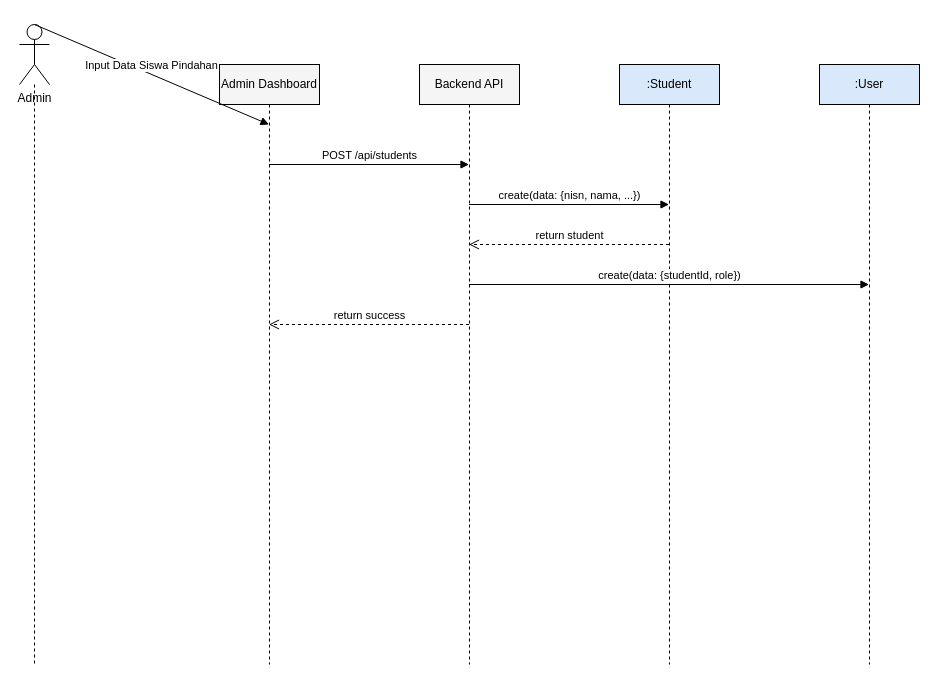
This is docs/sequence_admin_add_student.drawio from muhammaddzaki123/adminkassmpit, a draw.io file, before an edit. Source tidied: cells renumbered, new cells numbered last; positions are measured from the earlier drawing's top-left corner, leaving out a move shared by most shapes. Both pictures are drawn from the tidied source at 100%, with x=0, y=0 at pixel (19, 24).
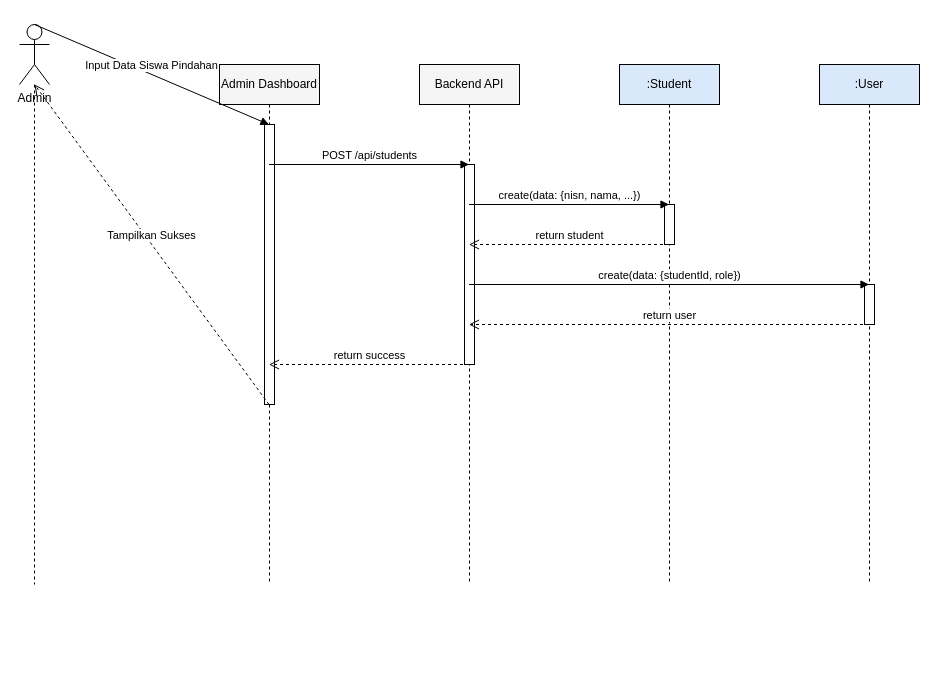
The same diagram, later.

The change refers to these unchanged cells:
```xml
<mxCell id="2" value="Admin" style="shape=umlActor;verticalLabelPosition=bottom;verticalAlign=top;html=1;outlineConnect=0;" parent="1" vertex="1">
  <mxGeometry width="30" height="60" as="geometry" />
</mxCell>
```

What changed in the source:
```diff
@@
     <mxCell id="3" style="endArrow=none;dashed=1;html=1;" parent="1" edge="1" source="2">
       <mxGeometry relative="1" as="geometry">
-        <mxPoint x="15" y="640" as="targetPoint" />
+        <mxPoint x="15" y="560" as="targetPoint" />
       </mxGeometry>
     </mxCell>
     <mxCell id="4" value="Admin Dashboard" style="shape=umlLifeline;perimeter=lifelinePerimeter;whiteSpace=wrap;html=1;outlineConnect=0;fillColor=#f5f5f5;" parent="1" vertex="1">
-      <mxGeometry x="200" y="40" width="100" height="600" as="geometry" />
+      <mxGeometry x="200" y="40" width="100" height="520" as="geometry" />
     </mxCell>
     <mxCell id="5" value="Backend API" style="shape=umlLifeline;perimeter=lifelinePerimeter;whiteSpace=wrap;html=1;outlineConnect=0;fillColor=#f5f5f5;" parent="1" vertex="1">
-      <mxGeometry x="400" y="40" width="100" height="600" as="geometry" />
+      <mxGeometry x="400" y="40" width="100" height="520" as="geometry" />
     </mxCell>
     <mxCell id="6" value=":Student" style="shape=umlLifeline;perimeter=lifelinePerimeter;whiteSpace=wrap;html=1;outlineConnect=0;fillColor=#dae8fc;" parent="1" vertex="1">
-      <mxGeometry x="600" y="40" width="100" height="600" as="geometry" />
+      <mxGeometry x="600" y="40" width="100" height="520" as="geometry" />
     </mxCell>
     <mxCell id="7" value=":User" style="shape=umlLifeline;perimeter=lifelinePerimeter;whiteSpace=wrap;html=1;outlineConnect=0;fillColor=#dae8fc;" parent="1" vertex="1">
-      <mxGeometry x="800" y="40" width="100" height="600" as="geometry" />
+      <mxGeometry x="800" y="40" width="100" height="520" as="geometry" />
     </mxCell>
-    <mxCell id="8" value="Input Data Siswa Pindahan" style="html=1;verticalAlign=bottom;endArrow=block;rounded=0;entryX=0.5;entryY=0.1;exitX=0.5;exitY=0.1;" parent="1" edge="1" source="2" target="4">
-      <mxGeometry relative="1" as="geometry" />
+    <mxCell id="8" style="html=1;perimeter=orthogonalPerimeter;fillColor=#FFFFFF;strokeColor=#000000;" parent="1" vertex="1">
+      <mxGeometry x="645" y="180" width="10" height="40" as="geometry" />
     </mxCell>
-    <mxCell id="9" value="POST /api/students" style="html=1;verticalAlign=bottom;endArrow=block;rounded=0;entryX=0.5;entryY=0.16666666666666666;exitX=0.5;exitY=0.16666666666666666;" parent="1" edge="1" source="4" target="5">
-      <mxGeometry relative="1" as="geometry" />
+    <mxCell id="9" style="html=1;perimeter=orthogonalPerimeter;fillColor=#FFFFFF;strokeColor=#000000;" parent="1" vertex="1">
+      <mxGeometry x="845" y="260" width="10" height="40" as="geometry" />
     </mxCell>
-    <mxCell id="10" value="create(data: {nisn, nama, ...})" style="html=1;verticalAlign=bottom;endArrow=block;rounded=0;entryX=0.5;entryY=0.23333333333333334;exitX=0.5;exitY=0.23333333333333334;" parent="1" edge="1" source="5" target="6">
-      <mxGeometry relative="1" as="geometry" />
+    <mxCell id="10" style="html=1;perimeter=orthogonalPerimeter;fillColor=#FFFFFF;strokeColor=#000000;" parent="1" vertex="1">
+      <mxGeometry x="445" y="140" width="10" height="200" as="geometry" />
     </mxCell>
-    <mxCell id="11" value="return student" style="html=1;verticalAlign=bottom;endArrow=open;dashed=1;endSize=8;rounded=0;entryX=0.5;entryY=0.3;exitX=0.5;exitY=0.3;" parent="1" edge="1" source="6" target="5">
-      <mxGeometry relative="1" as="geometry" />
+    <mxCell id="11" style="html=1;perimeter=orthogonalPerimeter;fillColor=#FFFFFF;strokeColor=#000000;" parent="1" vertex="1">
+      <mxGeometry x="245" y="100" width="10" height="280" as="geometry" />
     </mxCell>
-    <mxCell id="12" value="create(data: {studentId, role})" style="html=1;verticalAlign=bottom;endArrow=block;rounded=0;entryX=0.5;entryY=0.36666666666666664;exitX=0.5;exitY=0.36666666666666664;" parent="1" edge="1" source="5" target="7">
+    <mxCell id="12" value="Input Data Siswa Pindahan" style="html=1;verticalAlign=bottom;endArrow=block;rounded=0;entryX=0.5;entryY=0.11538461538461539;exitX=0.5;exitY=0.11538461538461539;" parent="1" edge="1" source="2" target="4">
       <mxGeometry relative="1" as="geometry" />
     </mxCell>
-    <mxCell id="13" value="return success" style="html=1;verticalAlign=bottom;endArrow=open;dashed=1;endSize=8;rounded=0;entryX=0.5;entryY=0.43333333333333335;exitX=0.5;exitY=0.43333333333333335;" parent="1" edge="1" source="5" target="4">
+    <mxCell id="13" value="POST /api/students" style="html=1;verticalAlign=bottom;endArrow=block;rounded=0;entryX=0.5;entryY=0.19230769230769232;exitX=0.5;exitY=0.19230769230769232;" parent="1" edge="1" source="4" target="5">
       <mxGeometry relative="1" as="geometry" />
     </mxCell>
+    <mxCell id="14" value="create(data: {nisn, nama, ...})" style="html=1;verticalAlign=bottom;endArrow=block;rounded=0;entryX=0.5;entryY=0.2692307692307692;exitX=0.5;exitY=0.2692307692307692;" parent="1" edge="1" source="5" target="6">
+      <mxGeometry relative="1" as="geometry" />
+    </mxCell>
+    <mxCell id="15" value="return student" style="html=1;verticalAlign=bottom;endArrow=open;dashed=1;endSize=8;rounded=0;entryX=0.5;entryY=0.34615384615384615;exitX=0.5;exitY=0.34615384615384615;" parent="1" edge="1" source="6" target="5">
+      <mxGeometry relative="1" as="geometry" />
+    </mxCell>
+    <mxCell id="16" value="create(data: {studentId, role})" style="html=1;verticalAlign=bottom;endArrow=block;rounded=0;entryX=0.5;entryY=0.4230769230769231;exitX=0.5;exitY=0.4230769230769231;" parent="1" edge="1" source="5" target="7">
+      <mxGeometry relative="1" as="geometry" />
+    </mxCell>
+    <mxCell id="17" value="return user" style="html=1;verticalAlign=bottom;endArrow=open;dashed=1;endSize=8;rounded=0;entryX=0.5;entryY=0.5;exitX=0.5;exitY=0.5;" parent="1" edge="1" source="7" target="5">
+      <mxGeometry relative="1" as="geometry" />
+    </mxCell>
+    <mxCell id="18" value="return success" style="html=1;verticalAlign=bottom;endArrow=open;dashed=1;endSize=8;rounded=0;entryX=0.5;entryY=0.5769230769230769;exitX=0.5;exitY=0.5769230769230769;" parent="1" edge="1" source="5" target="4">
+      <mxGeometry relative="1" as="geometry" />
+    </mxCell>
+    <mxCell id="19" value="Tampilkan Sukses" style="html=1;verticalAlign=bottom;endArrow=open;dashed=1;endSize=8;rounded=0;entryX=0.5;entryY=0.6538461538461539;exitX=0.5;exitY=0.6538461538461539;" parent="1" edge="1" source="4" target="2">
+      <mxGeometry relative="1" as="geometry" />
+    </mxCell>
```
